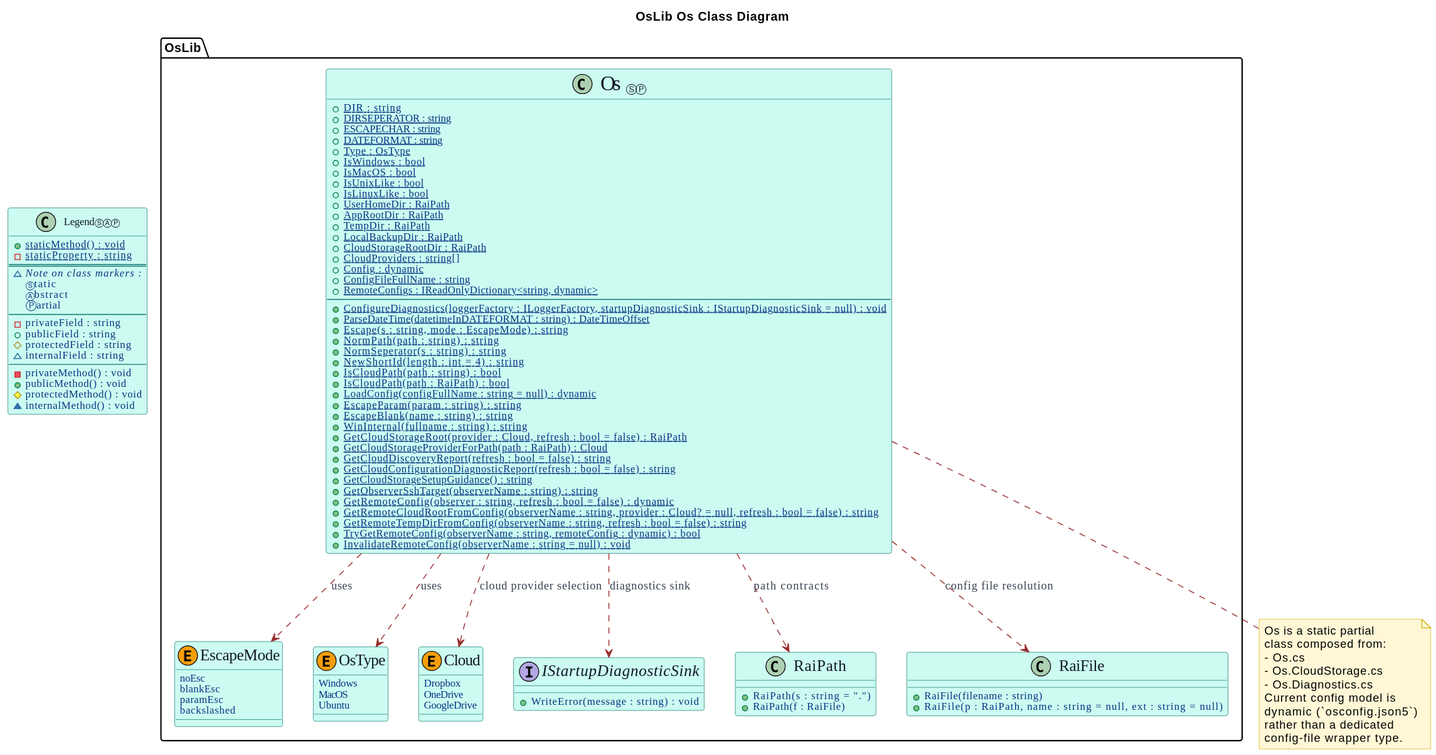
Above: Os-ClassDiagram.svg in Burkhardt/OsLib (PlantUML), before the change.
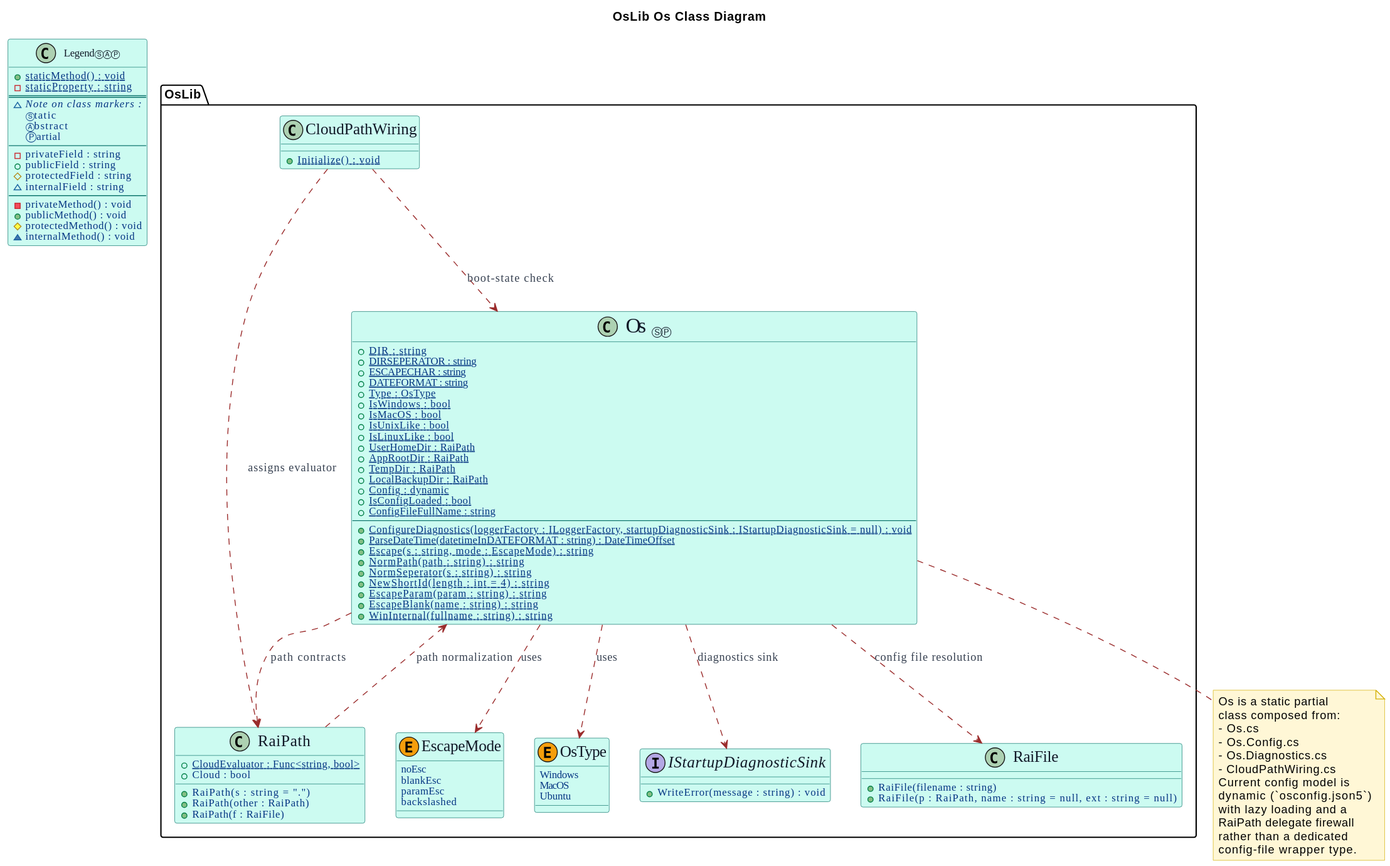
After the change.

Change to the diagram source:
```diff
@@ -45,18 +45,19 @@
 		Ubuntu
 	}
 
-	enum "<size:18>Cloud</size>" as Cloud << (E,#f59e0b) >> {
-		Dropbox
-		OneDrive
-		GoogleDrive
-	}
-
 	interface "<size:18>IStartupDiagnosticSink</size>" as IStartupDiagnosticSink {
 		+WriteError(message : string) : void
 	}
 
+	class "<size:18>CloudPathWiring</size>" as CloudPathWiring {
+		+{static} Initialize() : void
+	}
+
 	class "<size:18>RaiPath</size>" as RaiPath {
+		+{static} CloudEvaluator : Func<string, bool>
+		+Cloud : bool
 		+RaiPath(s : string = ".")
+		+RaiPath(other : RaiPath)
 		+RaiPath(f : RaiFile)
 	}
 
@@ -79,11 +80,9 @@
 		+{static} AppRootDir : RaiPath
 		+{static} TempDir : RaiPath
 		+{static} LocalBackupDir : RaiPath
-		+{static} CloudStorageRootDir : RaiPath
-		+{static} CloudProviders : string[]
 		+{static} Config : dynamic
+		+{static} IsConfigLoaded : bool
 		+{static} ConfigFileFullName : string
-		+{static} RemoteConfigs : IReadOnlyDictionary<string, dynamic>
 		--
 		+{static} ConfigureDiagnostics(loggerFactory : ILoggerFactory, startupDiagnosticSink : IStartupDiagnosticSink = null) : void
 		+{static} ParseDateTime(datetimeInDATEFORMAT : string) : DateTimeOffset
@@ -91,32 +90,20 @@
 		+{static} NormPath(path : string) : string
 		+{static} NormSeperator(s : string) : string
 		+{static} NewShortId(length : int = 4) : string
-		+{static} IsCloudPath(path : string) : bool
-		+{static} IsCloudPath(path : RaiPath) : bool
-		+{static} LoadConfig(configFullName : string = null) : dynamic
 		+{static} EscapeParam(param : string) : string
 		+{static} EscapeBlank(name : string) : string
 		+{static} WinInternal(fullname : string) : string
-		+{static} GetCloudStorageRoot(provider : Cloud, refresh : bool = false) : RaiPath
-		+{static} GetCloudStorageProviderForPath(path : RaiPath) : Cloud
-		+{static} GetCloudDiscoveryReport(refresh : bool = false) : string
-		+{static} GetCloudConfigurationDiagnosticReport(refresh : bool = false) : string
-		+{static} GetCloudStorageSetupGuidance() : string
-		+{static} GetObserverSshTarget(observerName : string) : string
-		+{static} GetRemoteConfig(observer : string, refresh : bool = false) : dynamic
-		+{static} GetRemoteCloudRootFromConfig(observerName : string, provider : Cloud? = null, refresh : bool = false) : string
-		+{static} GetRemoteTempDirFromConfig(observerName : string, refresh : bool = false) : string
-		+{static} TryGetRemoteConfig(observerName : string, remoteConfig : dynamic) : bool
-		+{static} InvalidateRemoteConfig(observerName : string = null) : void
 	}
 }
 
 Os ..> OsType : uses
 Os ..> EscapeMode : uses
-Os ..> Cloud : cloud provider selection
 Os ..> RaiPath : path contracts
 Os ..> RaiFile : config file resolution
 Os ..> IStartupDiagnosticSink : diagnostics sink
+CloudPathWiring ..> Os : boot-state check
+CloudPathWiring ..> RaiPath : assigns evaluator
+RaiPath ..> Os : path normalization
 
 class "Legend<size:10>ⓈⒶⓅ</size>" as LegendSample {
 	+{static} staticMethod() : void
@@ -142,10 +129,13 @@
 	Os is a static partial
 	class composed from:
 	- Os.cs
-	- Os.CloudStorage.cs
+	- Os.Config.cs
 	- Os.Diagnostics.cs
+	- CloudPathWiring.cs
 	Current config model is
 	dynamic (`osconfig.json5`)
+	with lazy loading and a
+	RaiPath delegate firewall
 	rather than a dedicated
 	config-file wrapper type.
 end note
```
